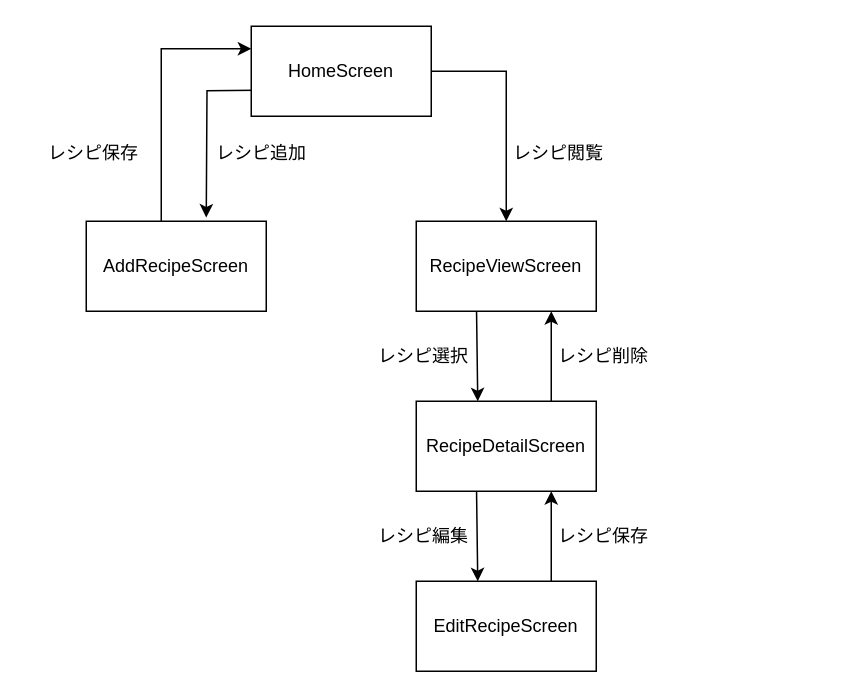
The draw.io diagram docs/images/ScreenFlow.drawio in kotlin-boy/recipeApp, before the edit. Source tidied: cells renumbered, new cells numbered last; positions are measured from the earlier drawing's top-left corner, leaving out a move shared by most shapes. Both pictures are drawn from the tidied source at 150%, with x=0, y=0 at pixel (26, 26).
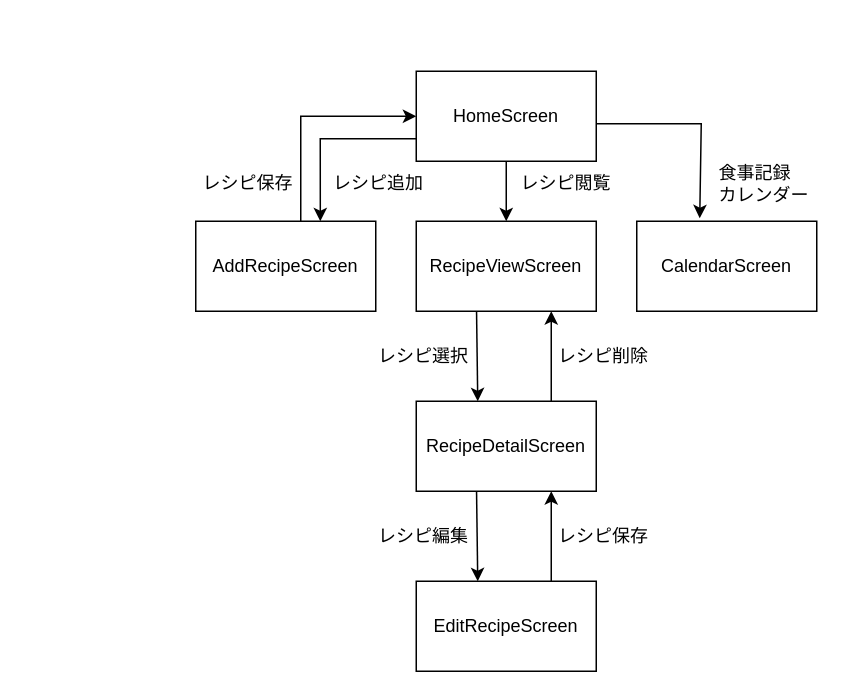
Above is the later version.

Unchanged cells that the change refers to:
```xml
<mxCell id="5" value="RecipeViewScreen" style="rounded=0;whiteSpace=wrap;html=1;" parent="1" vertex="1">
  <mxGeometry x="260" y="130" width="120" height="60" as="geometry" />
</mxCell>
```

What changed in the source:
```diff
@@
-    <mxCell id="2" style="edgeStyle=orthogonalEdgeStyle;rounded=0;orthogonalLoop=1;jettySize=auto;html=1;exitX=0;exitY=0.75;exitDx=0;exitDy=0;entryX=0.5;entryY=0;entryDx=0;entryDy=0;" parent="1" edge="1">
-      <mxGeometry relative="1" as="geometry">
-        <mxPoint x="170" y="42.5" as="sourcePoint" />
-        <mxPoint x="120" y="127.5" as="targetPoint" />
-      </mxGeometry>
+    <mxCell id="2" style="edgeStyle=orthogonalEdgeStyle;rounded=0;jettySize=auto;html=1;exitX=0;exitY=0.75;exitDx=0;exitDy=0;entryX=0.692;entryY=0;entryDx=0;entryDy=0;entryPerimeter=0;" parent="1" edge="1" source="3" target="4">
+      <mxGeometry relative="1" as="geometry" />
     </mxCell>
     <mxCell id="3" value="HomeScreen" style="rounded=0;whiteSpace=wrap;html=1;" parent="1" vertex="1">
-      <mxGeometry x="150" width="120" height="60" as="geometry" />
+      <mxGeometry x="260" y="30" width="120" height="60" as="geometry" />
     </mxCell>
-    <mxCell id="4" value="AddRecipeScreen" style="rounded=0;whiteSpace=wrap;html=1;" parent="1" vertex="1">
-      <mxGeometry x="40" y="130" width="120" height="60" as="geometry" />
-    </mxCell>
@@
-    <mxCell id="8" style="endArrow=classic;html=1;rounded=0;entryX=0.5;entryY=0;entryDx=0;entryDy=0;" parent="1" edge="1" target="5">
-      <mxGeometry relative="1" as="geometry">
-        <mxPoint x="270" y="30" as="sourcePoint" />
-        <Array as="points">
-          <mxPoint x="320" y="30" />
-        </Array>
-      </mxGeometry>
-    </mxCell>
     <mxCell id="9" value="レシピ追加" style="text;html=1;whiteSpace=wrap;strokeColor=none;fillColor=none;align=center;verticalAlign=middle;rounded=0;" parent="1" vertex="1">
-      <mxGeometry x="112" y="70" width="90" height="30" as="geometry" />
+      <mxGeometry x="200" y="90" width="70" height="30" as="geometry" />
     </mxCell>
     <mxCell id="10" value="レシピ閲覧" style="text;html=1;whiteSpace=wrap;strokeColor=none;fillColor=none;align=center;verticalAlign=middle;rounded=0;" parent="1" vertex="1">
-      <mxGeometry x="310" y="70" width="90" height="30" as="geometry" />
+      <mxGeometry x="325" y="90" width="70" height="30" as="geometry" />
     </mxCell>
-    <mxCell id="11" style="endArrow=classic;html=1;rounded=0;entryX=0;entryY=0.25;entryDx=0;entryDy=0;exitX=0.25;exitY=0;exitDx=0;exitDy=0;" parent="1" edge="1" target="3">
+    <mxCell id="11" style="endArrow=classic;html=1;rounded=0;entryX=0;entryY=0.25;entryDx=0;entryDy=0;" parent="1" edge="1">
       <mxGeometry relative="1" as="geometry">
-        <mxPoint x="90" y="130" as="sourcePoint" />
+        <mxPoint x="183" y="135" as="sourcePoint" />
+        <mxPoint x="260" y="60" as="targetPoint" />
         <Array as="points">
-          <mxPoint x="90" y="100" />
-          <mxPoint x="90" y="15" />
+          <mxPoint x="183" y="105" />
+          <mxPoint x="183" y="60" />
         </Array>
       </mxGeometry>
     </mxCell>
     <mxCell id="12" value="レシピ保存" style="text;html=1;whiteSpace=wrap;strokeColor=none;fillColor=none;align=center;verticalAlign=middle;rounded=0;" parent="1" vertex="1">
-      <mxGeometry y="70" width="90" height="30" as="geometry" />
+      <mxGeometry x="113" y="90" width="70" height="30" as="geometry" />
     </mxCell>
@@
+    <mxCell id="4" value="AddRecipeScreen" style="rounded=0;whiteSpace=wrap;html=1;" parent="1" vertex="1">
+      <mxGeometry x="113" y="130" width="120" height="60" as="geometry" />
+    </mxCell>
+    <mxCell id="21" style="endArrow=classic;html=1;rounded=0;entryX=0.5;entryY=0;entryDx=0;entryDy=0;" parent="1" edge="1" target="5">
+      <mxGeometry relative="1" as="geometry">
+        <mxPoint x="320" y="90" as="sourcePoint" />
+      </mxGeometry>
+    </mxCell>
+    <mxCell id="22" value="CalendarScreen" style="rounded=0;whiteSpace=wrap;html=1;" parent="1" vertex="1">
+      <mxGeometry x="407" y="130" width="120" height="60" as="geometry" />
+    </mxCell>
+    <mxCell id="23" style="endArrow=classic;html=1;rounded=0;entryX=0.35;entryY=-0.033;entryDx=0;entryDy=0;entryPerimeter=0;" parent="1" edge="1" target="22">
+      <mxGeometry relative="1" as="geometry">
+        <mxPoint x="380" y="65" as="sourcePoint" />
+        <Array as="points">
+          <mxPoint x="450" y="65" />
+        </Array>
+      </mxGeometry>
+    </mxCell>
+    <mxCell id="24" value="&lt;div style=&quot;text-align: left;&quot;&gt;&lt;span style=&quot;background-color: transparent; color: light-dark(rgb(0, 0, 0), rgb(255, 255, 255));&quot;&gt;食事記録&lt;/span&gt;&lt;/div&gt;カレンダー" style="text;html=1;whiteSpace=wrap;strokeColor=none;fillColor=none;align=center;verticalAlign=middle;rounded=0;" parent="1" vertex="1">
+      <mxGeometry x="457" y="90" width="70" height="30" as="geometry" />
+    </mxCell>
```
